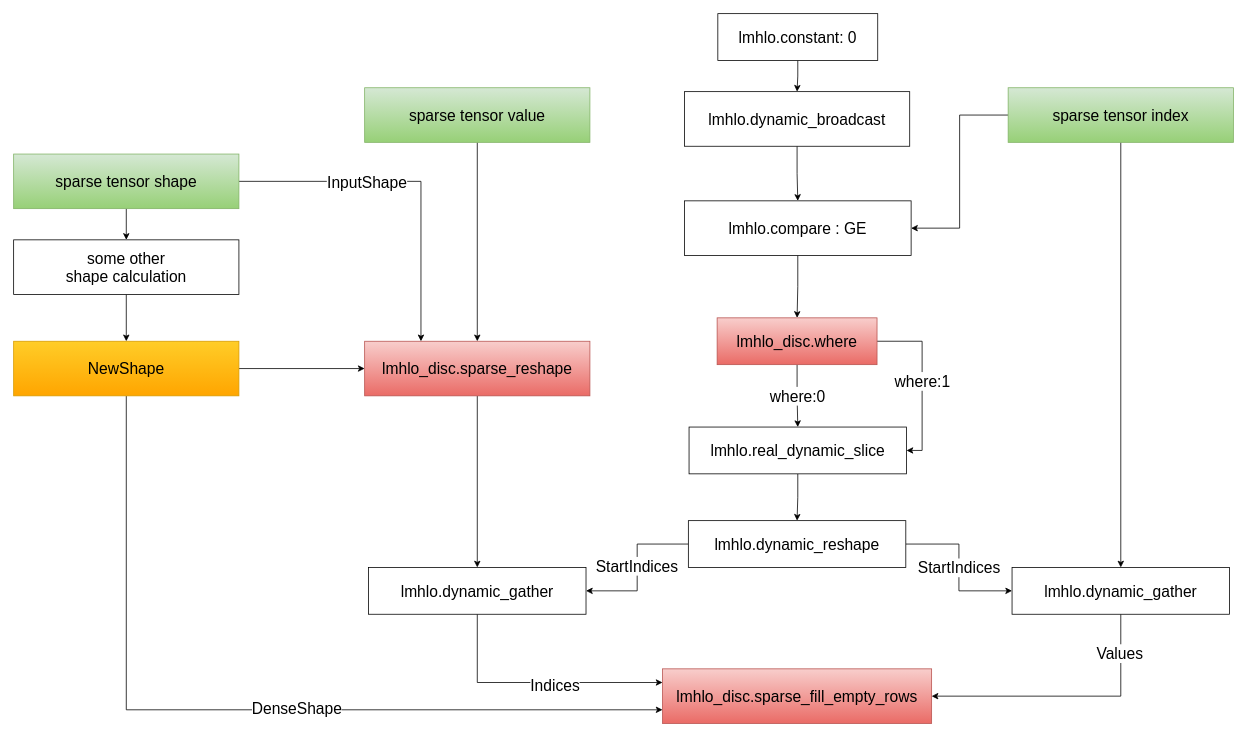
Above: where-fusion.drawio in Orion34-lanbo/draw.io (draw.io), before the change. Source tidied: cells renumbered, new cells numbered last; positions are measured from the earlier drawing's top-left corner, leaving out a move shared by most shapes. Both pictures are drawn from the tidied source at 78%, with x=0, y=0 at pixel (13, 13).
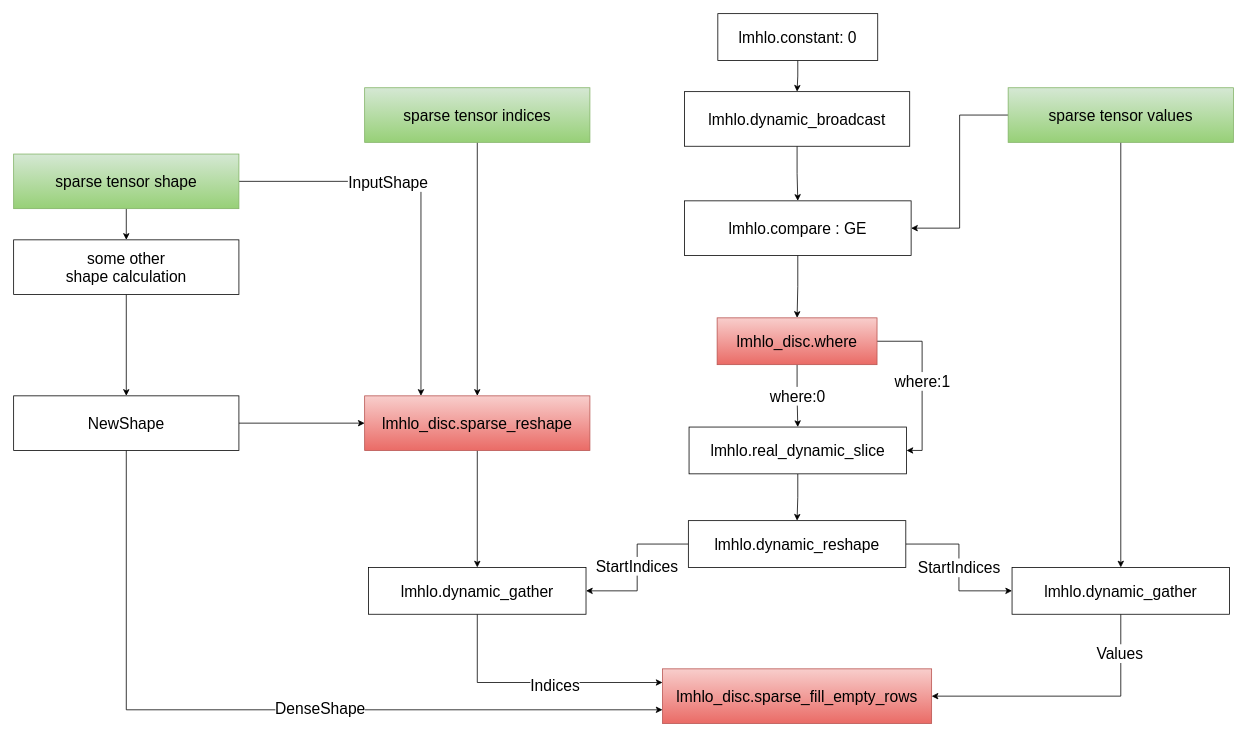
The same diagram, later.

Commit message:
sparse_fusion/where-fusion.drawio

The edit, as a diff of the source:
```diff
@@
-    <mxCell id="21" value="sparse tensor index" style="rounded=0;whiteSpace=wrap;html=1;fontSize=20;fillColor=#d5e8d4;strokeColor=#82b366;gradientColor=#97d077;" parent="1" vertex="1">
+    <mxCell id="21" value="sparse tensor values" style="rounded=0;whiteSpace=wrap;html=1;fontSize=20;fillColor=#d5e8d4;strokeColor=#82b366;gradientColor=#97d077;" parent="1" vertex="1">
       <mxGeometry x="1275" y="95" width="288.8" height="70" as="geometry" />
     </mxCell>
@@
     <mxCell id="30" value="lmhlo_disc.sparse_reshape" style="rounded=0;whiteSpace=wrap;html=1;fontSize=20;fillColor=#f8cecc;strokeColor=#b85450;gradientColor=#ea6b66;" parent="1" vertex="1">
-      <mxGeometry x="450" y="420" width="288.8" height="70" as="geometry" />
+      <mxGeometry x="450" y="490" width="288.8" height="70" as="geometry" />
     </mxCell>
@@
-    <mxCell id="32" value="sparse tensor value" style="rounded=0;whiteSpace=wrap;html=1;fontSize=20;fillColor=#d5e8d4;gradientColor=#97d077;strokeColor=#82b366;" parent="1" vertex="1">
+    <mxCell id="32" value="sparse tensor indices" style="rounded=0;whiteSpace=wrap;html=1;fontSize=20;fillColor=#d5e8d4;gradientColor=#97d077;strokeColor=#82b366;" parent="1" vertex="1">
       <mxGeometry x="450" y="95" width="288.8" height="70" as="geometry" />
     </mxCell>
@@
-    <mxCell id="41" value="NewShape" style="rounded=0;whiteSpace=wrap;html=1;fontSize=20;fillColor=#ffcd28;gradientColor=#ffa500;strokeColor=#d79b00;" parent="1" vertex="1">
-      <mxGeometry y="420" width="288.8" height="70" as="geometry" />
+    <mxCell id="41" value="NewShape" style="rounded=0;whiteSpace=wrap;html=1;fontSize=20;" parent="1" vertex="1">
+      <mxGeometry y="490" width="288.8" height="70" as="geometry" />
     </mxCell>
```
